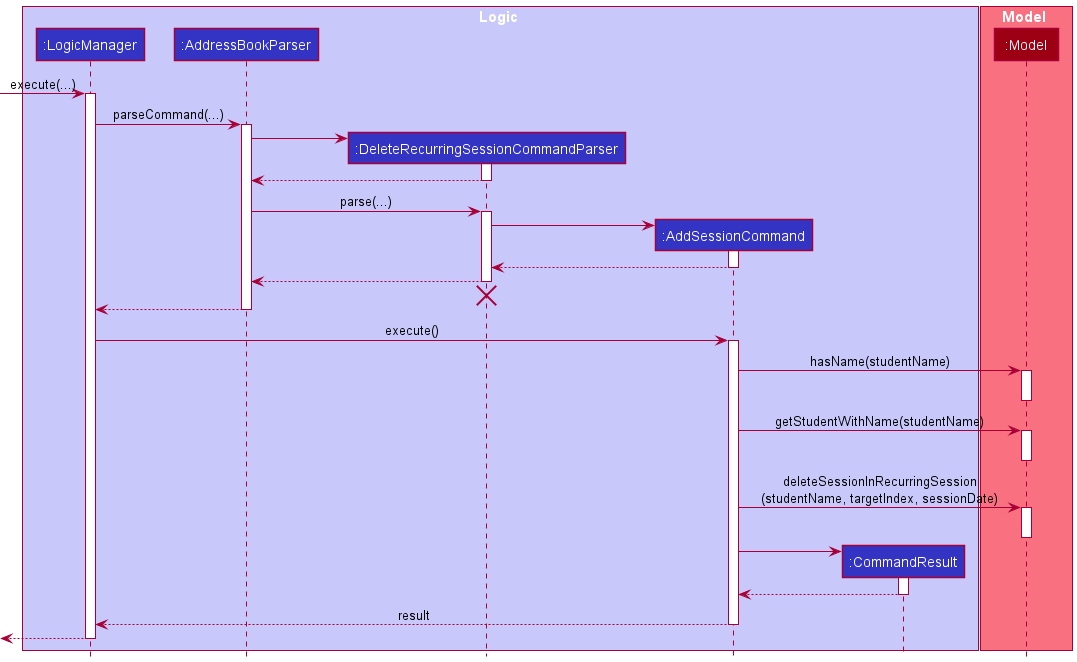
Above: docs/images/choonwei/DeleteRecurringSessionSequenceDiagram.png in nus-cs2103-AY2021S2/tp (PlantUML), before the change.
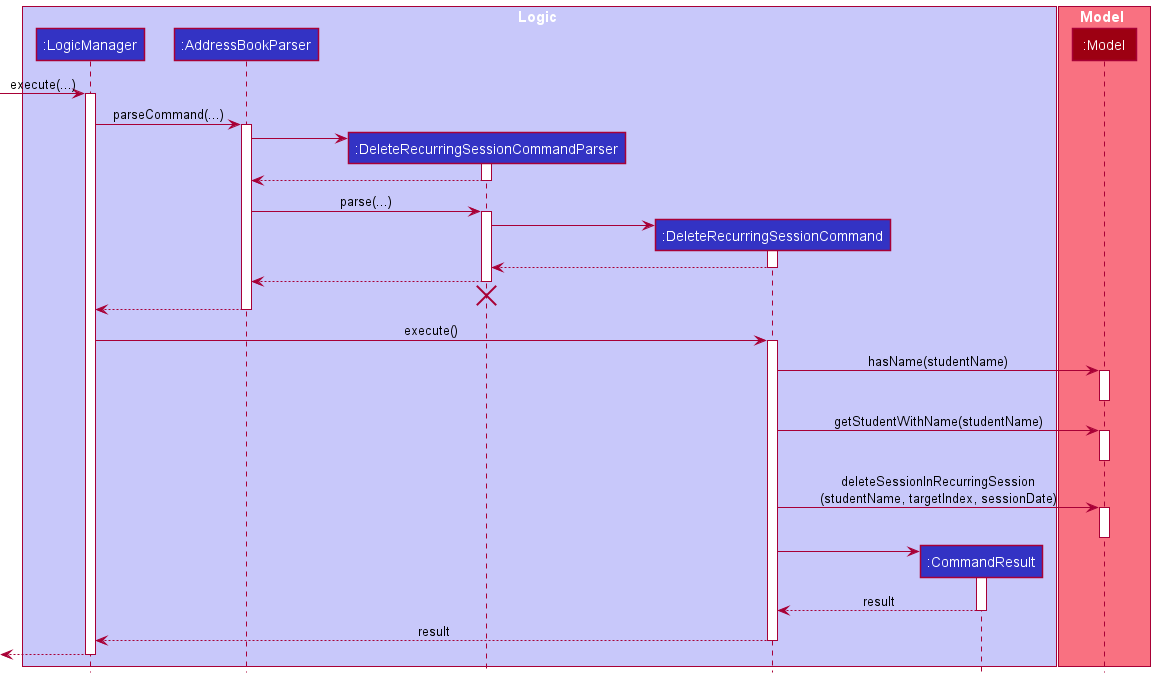
The same file after the commit.

Change to the diagram source:
```diff
@@ -5,7 +5,7 @@
 participant ":LogicManager" as LogicManager LOGIC_COLOR
 participant ":AddressBookParser" as AddressBookParser LOGIC_COLOR
 participant ":DeleteRecurringSessionCommandParser" as DeleteRecurringSessionCommandParser LOGIC_COLOR
-participant ":AddSessionCommand" as AddSessionCommand LOGIC_COLOR
+participant ":DeleteRecurringSessionCommand" as DeleteRecurringSessionCommand LOGIC_COLOR
 participant ":CommandResult" as CommandResult LOGIC_COLOR
 end box
 
@@ -29,12 +29,12 @@
 AddressBookParser -> DeleteRecurringSessionCommandParser: parse(...)
 activate DeleteRecurringSessionCommandParser
 
-create AddSessionCommand
-DeleteRecurringSessionCommandParser -> AddSessionCommand
-activate AddSessionCommand
+create DeleteRecurringSessionCommand
+DeleteRecurringSessionCommandParser -> DeleteRecurringSessionCommand
+activate DeleteRecurringSessionCommand
 
-AddSessionCommand --> DeleteRecurringSessionCommandParser
-deactivate AddSessionCommand
+DeleteRecurringSessionCommand --> DeleteRecurringSessionCommandParser
+deactivate DeleteRecurringSessionCommand
 
 DeleteRecurringSessionCommandParser --> AddressBookParser
 deactivate DeleteRecurringSessionCommandParser
@@ -45,30 +45,30 @@
 AddressBookParser --> LogicManager
 deactivate AddressBookParser
 
-LogicManager -> AddSessionCommand : execute()
-activate AddSessionCommand
+LogicManager -> DeleteRecurringSessionCommand : execute()
+activate DeleteRecurringSessionCommand
 
-AddSessionCommand -> Model : hasName(studentName)
+DeleteRecurringSessionCommand -> Model : hasName(studentName)
 activate Model
 deactivate Model
 
-AddSessionCommand -> Model : getStudentWithName(studentName)
+DeleteRecurringSessionCommand -> Model : getStudentWithName(studentName)
 activate Model
 deactivate Model
 
-AddSessionCommand -> Model : deleteSessionInRecurringSession\n(studentName, targetIndex, sessionDate)
+DeleteRecurringSessionCommand -> Model : deleteSessionInRecurringSession\n(studentName, targetIndex, sessionDate)
 activate Model
 deactivate Model
 
 create CommandResult
-AddSessionCommand -> CommandResult
+DeleteRecurringSessionCommand -> CommandResult
 activate CommandResult
 
-CommandResult --> AddSessionCommand
+CommandResult --> DeleteRecurringSessionCommand : result
 deactivate CommandResult
 
-AddSessionCommand --> LogicManager : result
-deactivate AddSessionCommand
+DeleteRecurringSessionCommand --> LogicManager : result
+deactivate DeleteRecurringSessionCommand
 
 [<--LogicManager
 deactivate LogicManager
```
